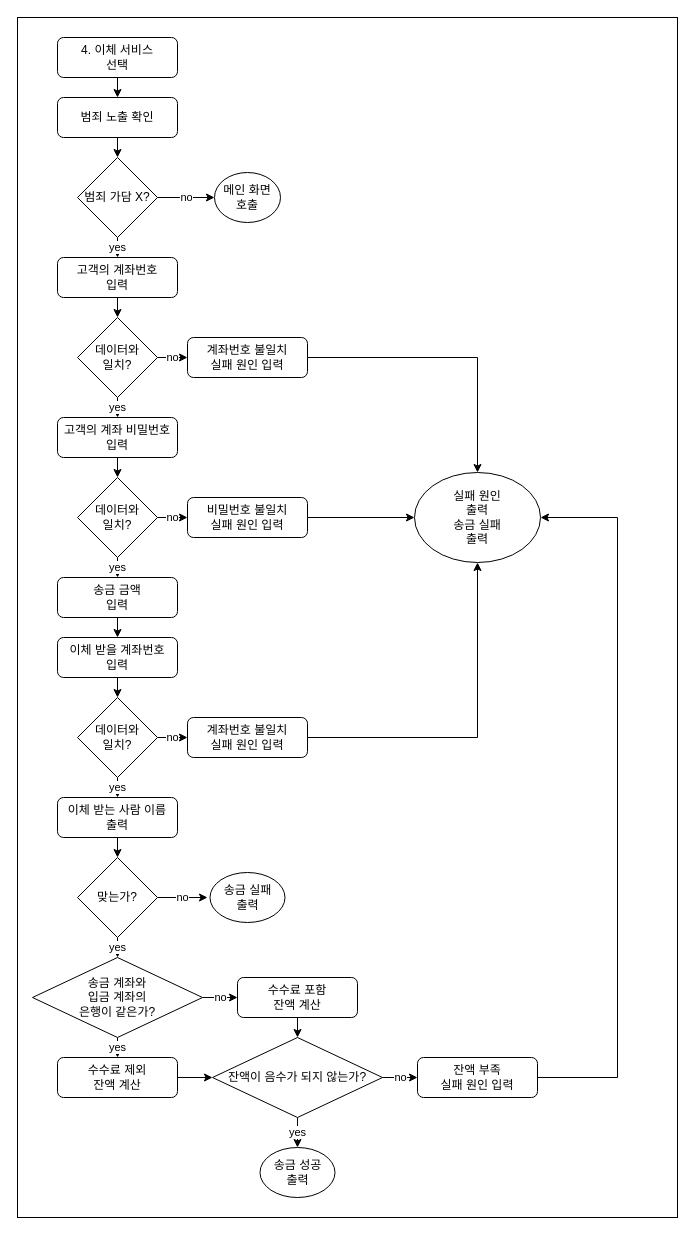
This is 기타/다이어그램/BK04 이체 화면/BK04 이체 화면.drawio from 909ma/ATM-System-using-by-C-Language, a draw.io file, before an edit. Source tidied: cells renumbered, new cells numbered last; positions are measured from the earlier drawing's top-left corner, leaving out a move shared by most shapes. Both pictures are drawn from the tidied source at 100%, with x=0, y=0 at pixel (17, 17).
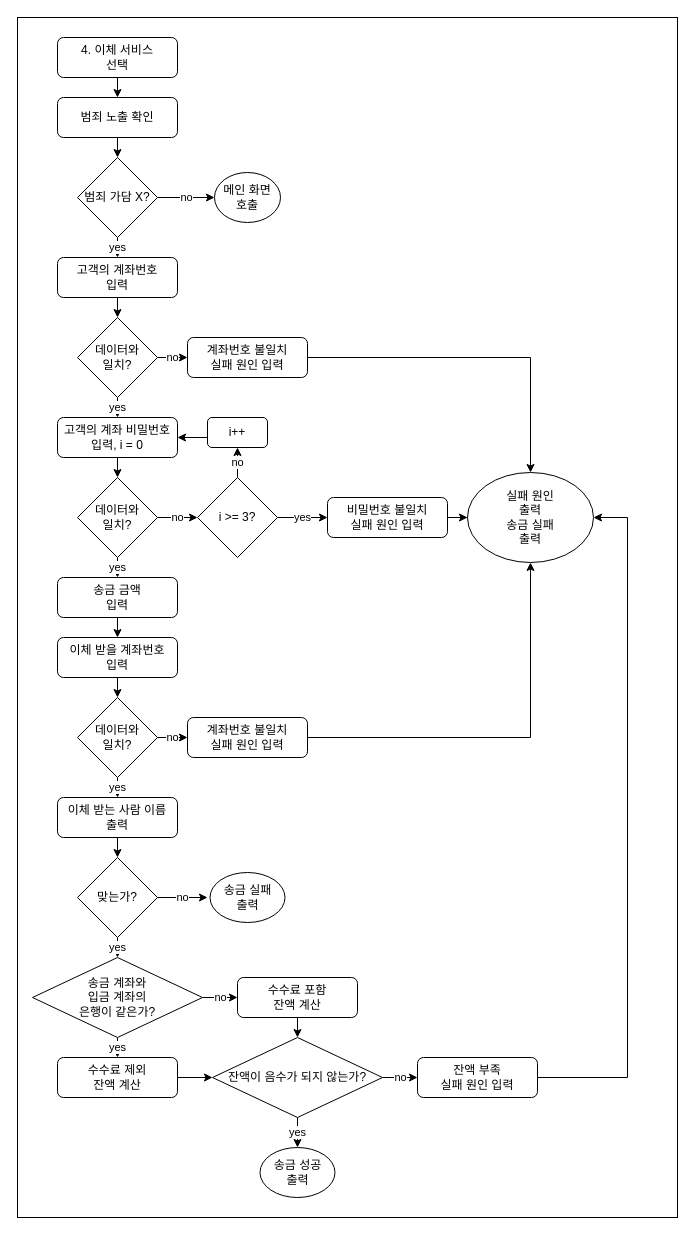
The same diagram, later.

Commit message (it also covers changes not shown here):
비밀번호 3회 오류 기능 갱신

The change refers to these unchanged cells:
```xml
<mxCell id="14" value="데이터와&lt;br&gt;일치?" style="rhombus;whiteSpace=wrap;html=1;" parent="1" vertex="1">
  <mxGeometry x="60" y="460" width="80" height="80" as="geometry" />
</mxCell>
<mxCell id="53" value="잔액 부족&lt;br&gt;실패 원인 입력" style="rounded=1;whiteSpace=wrap;html=1;" parent="1" vertex="1">
  <mxGeometry x="400" y="1040" width="120" height="40" as="geometry" />
</mxCell>
```

Change to the diagram source:
```diff
@@
-    <mxCell id="11" value="고객의 계좌 비밀번호&lt;br&gt;입력" style="rounded=1;whiteSpace=wrap;html=1;" parent="1" vertex="1">
+    <mxCell id="11" value="고객의 계좌 비밀번호&lt;br&gt;입력, i = 0" style="rounded=1;whiteSpace=wrap;html=1;" parent="1" vertex="1">
       <mxGeometry x="40" y="400" width="120" height="40" as="geometry" />
     </mxCell>
@@
-    <mxCell id="13" value="no" style="edgeStyle=orthogonalEdgeStyle;rounded=0;jettySize=auto;html=1;exitX=1;exitY=0.5;exitDx=0;exitDy=0;entryX=0;entryY=0.5;entryDx=0;entryDy=0;" parent="1" edge="1" source="14" target="45">
+    <mxCell id="13" value="no" style="edgeStyle=orthogonalEdgeStyle;rounded=0;jettySize=auto;html=1;exitX=1;exitY=0.5;exitDx=0;exitDy=0;entryX=0;entryY=0.5;entryDx=0;entryDy=0;" parent="1" edge="1" source="14" target="56">
       <mxGeometry relative="1" as="geometry" />
     </mxCell>
@@
     <mxCell id="45" value="비밀번호 불일치&lt;br&gt;실패 원인 입력" style="rounded=1;whiteSpace=wrap;html=1;" parent="1" vertex="1">
-      <mxGeometry x="170" y="480" width="120" height="40" as="geometry" />
+      <mxGeometry x="310" y="480" width="120" height="40" as="geometry" />
     </mxCell>
@@
     <mxCell id="50" value="실패 원인&lt;br&gt;출력&lt;br&gt;송금 실패&lt;br&gt;출력" style="ellipse;whiteSpace=wrap;html=1;" parent="1" vertex="1">
-      <mxGeometry x="397" y="455" width="126" height="90" as="geometry" />
+      <mxGeometry x="450" y="455" width="126" height="90" as="geometry" />
     </mxCell>
@@
     <mxCell id="52" style="edgeStyle=orthogonalEdgeStyle;rounded=0;jettySize=auto;html=1;exitX=1;exitY=0.5;exitDx=0;exitDy=0;entryX=1;entryY=0.5;entryDx=0;entryDy=0;" parent="1" edge="1" source="53" target="50">
       <mxGeometry relative="1" as="geometry">
         <Array as="points">
-          <mxPoint x="600" y="1060" />
-          <mxPoint x="600" y="500" />
+          <mxPoint x="610" y="1060" />
+          <mxPoint x="610" y="500" />
         </Array>
       </mxGeometry>
     </mxCell>
@@
+    <mxCell id="54" value="yes" style="edgeStyle=orthogonalEdgeStyle;rounded=0;jettySize=auto;html=1;exitX=1;exitY=0.5;exitDx=0;exitDy=0;entryX=0;entryY=0.5;entryDx=0;entryDy=0;" parent="1" edge="1" source="56" target="45">
+      <mxGeometry relative="1" as="geometry" />
+    </mxCell>
+    <mxCell id="55" value="no" style="edgeStyle=orthogonalEdgeStyle;rounded=0;jettySize=auto;html=1;exitX=0.5;exitY=0;exitDx=0;exitDy=0;entryX=0.5;entryY=1;entryDx=0;entryDy=0;" parent="1" edge="1" source="56" target="58">
+      <mxGeometry relative="1" as="geometry" />
+    </mxCell>
+    <mxCell id="56" value="i &amp;gt;= 3?" style="rhombus;whiteSpace=wrap;html=1;" parent="1" vertex="1">
+      <mxGeometry x="180" y="460" width="80" height="80" as="geometry" />
+    </mxCell>
+    <mxCell id="57" style="edgeStyle=orthogonalEdgeStyle;rounded=0;jettySize=auto;html=1;exitX=0;exitY=0.5;exitDx=0;exitDy=0;entryX=1;entryY=0.5;entryDx=0;entryDy=0;" parent="1" edge="1" source="58" target="11">
+      <mxGeometry relative="1" as="geometry">
+        <Array as="points">
+          <mxPoint x="190" y="420" />
+        </Array>
+      </mxGeometry>
+    </mxCell>
+    <mxCell id="58" value="i++" style="rounded=1;whiteSpace=wrap;html=1;" parent="1" vertex="1">
+      <mxGeometry x="190" y="400" width="60" height="30" as="geometry" />
+    </mxCell>
```
